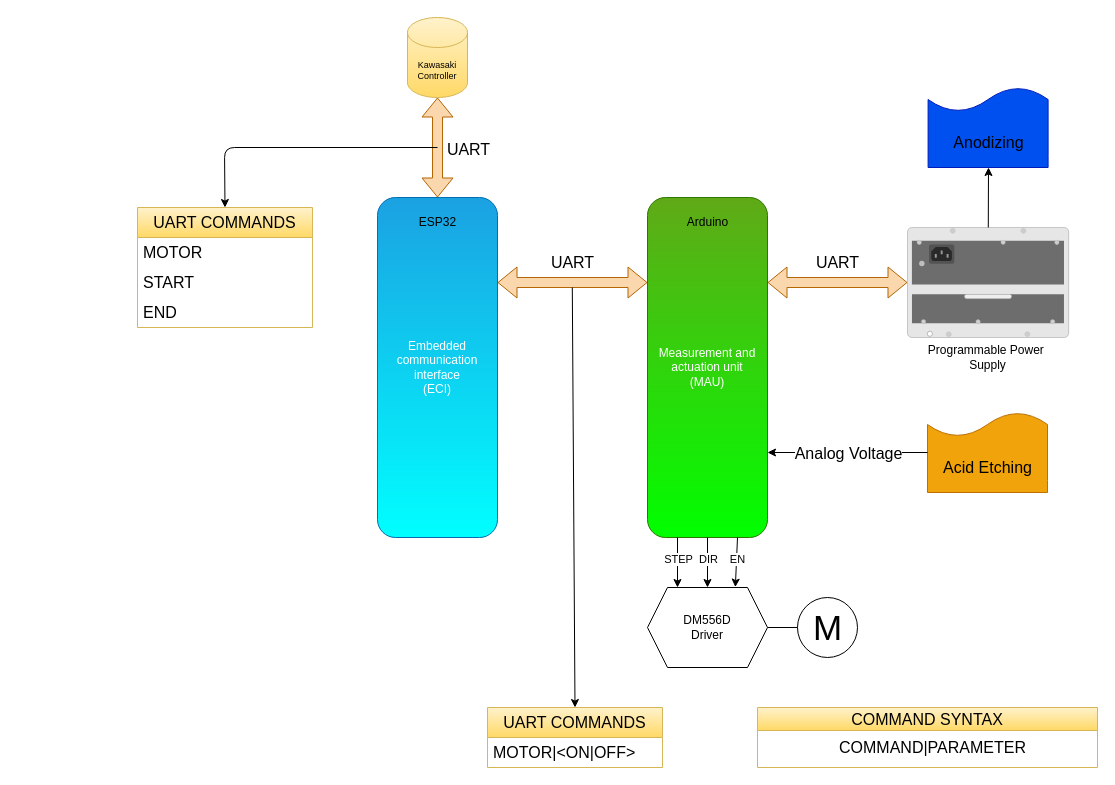
lasram-engineering/eci keeps this draw.io diagram as page "Hardware" (1 of 5) of docs.drawio. Above is the earlier version. Source tidied: cells renumbered, new cells numbered last; positions are measured from the earlier drawing's top-left corner, leaving out a move shared by most shapes. Both pictures are drawn from the tidied source at 100%, with x=0, y=0 at pixel (137, 17).
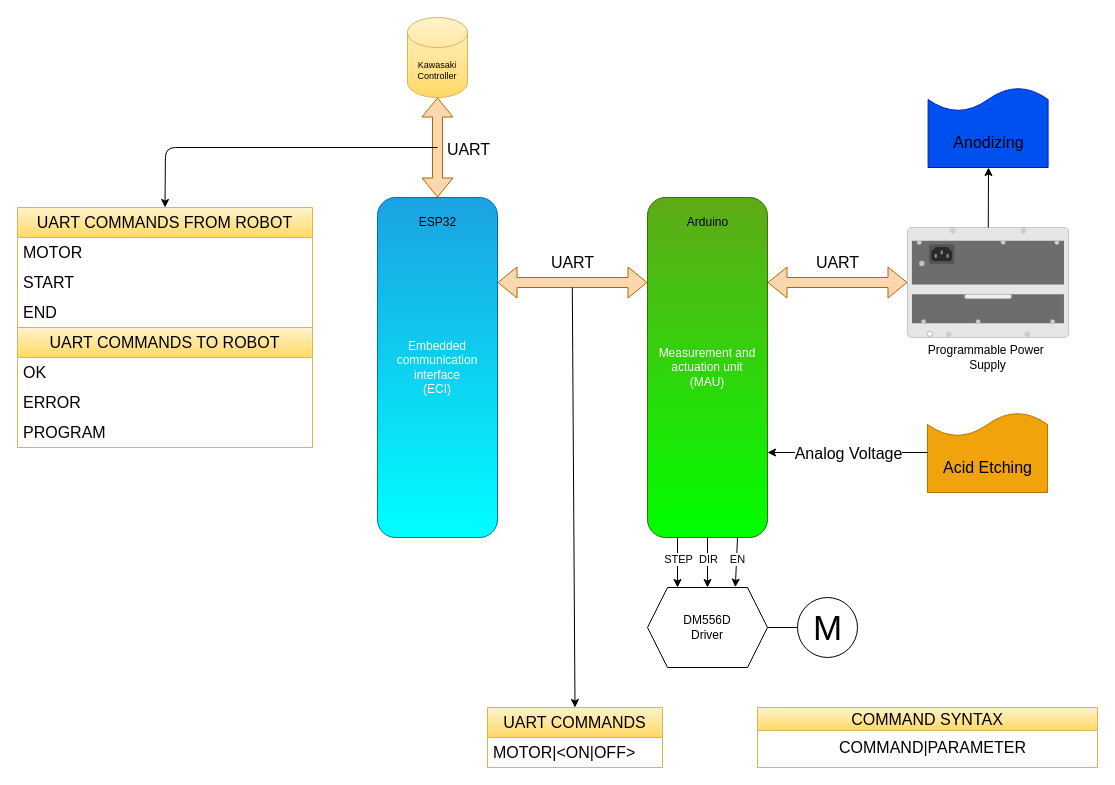
Above is the later version.

Change to the diagram source:
```diff
@@
-    <mxCell id="41" value="&lt;font color=&quot;#000000&quot;&gt;UART COMMANDS&lt;/font&gt;" style="swimlane;fontStyle=0;horizontal=1;startSize=30;whiteSpace=wrap;html=1;fontSize=16;fillColor=#fff2cc;gradientColor=#ffd966;strokeColor=#d6b656;" parent="1" vertex="1">
-      <mxGeometry y="190" width="175" height="120" as="geometry" />
+    <mxCell id="41" value="&lt;font color=&quot;#000000&quot;&gt;UART COMMANDS FROM ROBOT&lt;/font&gt;" style="swimlane;fontStyle=0;horizontal=1;startSize=30;whiteSpace=wrap;html=1;fontSize=16;fillColor=#fff2cc;gradientColor=#ffd966;strokeColor=#d6b656;" parent="1" vertex="1">
+      <mxGeometry x="-120" y="190" width="295" height="120" as="geometry" />
     </mxCell>
     <mxCell id="42" value="MOTOR" style="text;strokeColor=none;fillColor=none;align=left;verticalAlign=middle;spacingLeft=4;spacingRight=4;overflow=hidden;whiteSpace=wrap;html=1;fontSize=16;" parent="41" vertex="1">
-      <mxGeometry y="30" width="175" height="30" as="geometry" />
+      <mxGeometry y="30" width="295" height="30" as="geometry" />
     </mxCell>
     <mxCell id="43" value="START" style="text;strokeColor=none;fillColor=none;align=left;verticalAlign=middle;spacingLeft=4;spacingRight=4;overflow=hidden;whiteSpace=wrap;html=1;fontSize=16;" parent="41" vertex="1">
-      <mxGeometry y="60" width="175" height="30" as="geometry" />
+      <mxGeometry y="60" width="295" height="30" as="geometry" />
     </mxCell>
     <mxCell id="44" value="END" style="text;strokeColor=none;fillColor=none;align=left;verticalAlign=middle;spacingLeft=4;spacingRight=4;overflow=hidden;whiteSpace=wrap;html=1;fontSize=16;" parent="41" vertex="1">
-      <mxGeometry y="90" width="175" height="30" as="geometry" />
+      <mxGeometry y="90" width="295" height="30" as="geometry" />
     </mxCell>
     <mxCell id="45" style="edgeStyle=none;jettySize=auto;html=1;fontSize=16;entryX=0.5;entryY=0;entryDx=0;entryDy=0;" parent="1" edge="1" target="41">
       <mxGeometry relative="1" as="geometry">
         <mxPoint x="300" y="130" as="sourcePoint" />
         <Array as="points">
-          <mxPoint x="87" y="130" />
+          <mxPoint x="28" y="130" />
         </Array>
       </mxGeometry>
     </mxCell>
+    <mxCell id="46" value="&lt;font color=&quot;#000000&quot;&gt;UART COMMANDS TO ROBOT&lt;/font&gt;" style="swimlane;fontStyle=0;horizontal=1;startSize=30;whiteSpace=wrap;html=1;fontSize=16;fillColor=#fff2cc;gradientColor=#ffd966;strokeColor=#d6b656;" parent="1" vertex="1">
+      <mxGeometry x="-120" y="310" width="295" height="120" as="geometry" />
+    </mxCell>
+    <mxCell id="47" value="OK" style="text;strokeColor=none;fillColor=none;align=left;verticalAlign=middle;spacingLeft=4;spacingRight=4;overflow=hidden;whiteSpace=wrap;html=1;fontSize=16;" parent="46" vertex="1">
+      <mxGeometry y="30" width="295" height="30" as="geometry" />
+    </mxCell>
+    <mxCell id="48" value="ERROR" style="text;strokeColor=none;fillColor=none;align=left;verticalAlign=middle;spacingLeft=4;spacingRight=4;overflow=hidden;whiteSpace=wrap;html=1;fontSize=16;" parent="46" vertex="1">
+      <mxGeometry y="60" width="295" height="30" as="geometry" />
+    </mxCell>
+    <mxCell id="49" value="PROGRAM" style="text;strokeColor=none;fillColor=none;align=left;verticalAlign=middle;spacingLeft=4;spacingRight=4;overflow=hidden;whiteSpace=wrap;html=1;fontSize=16;" parent="46" vertex="1">
+      <mxGeometry y="90" width="295" height="30" as="geometry" />
+    </mxCell>
```
